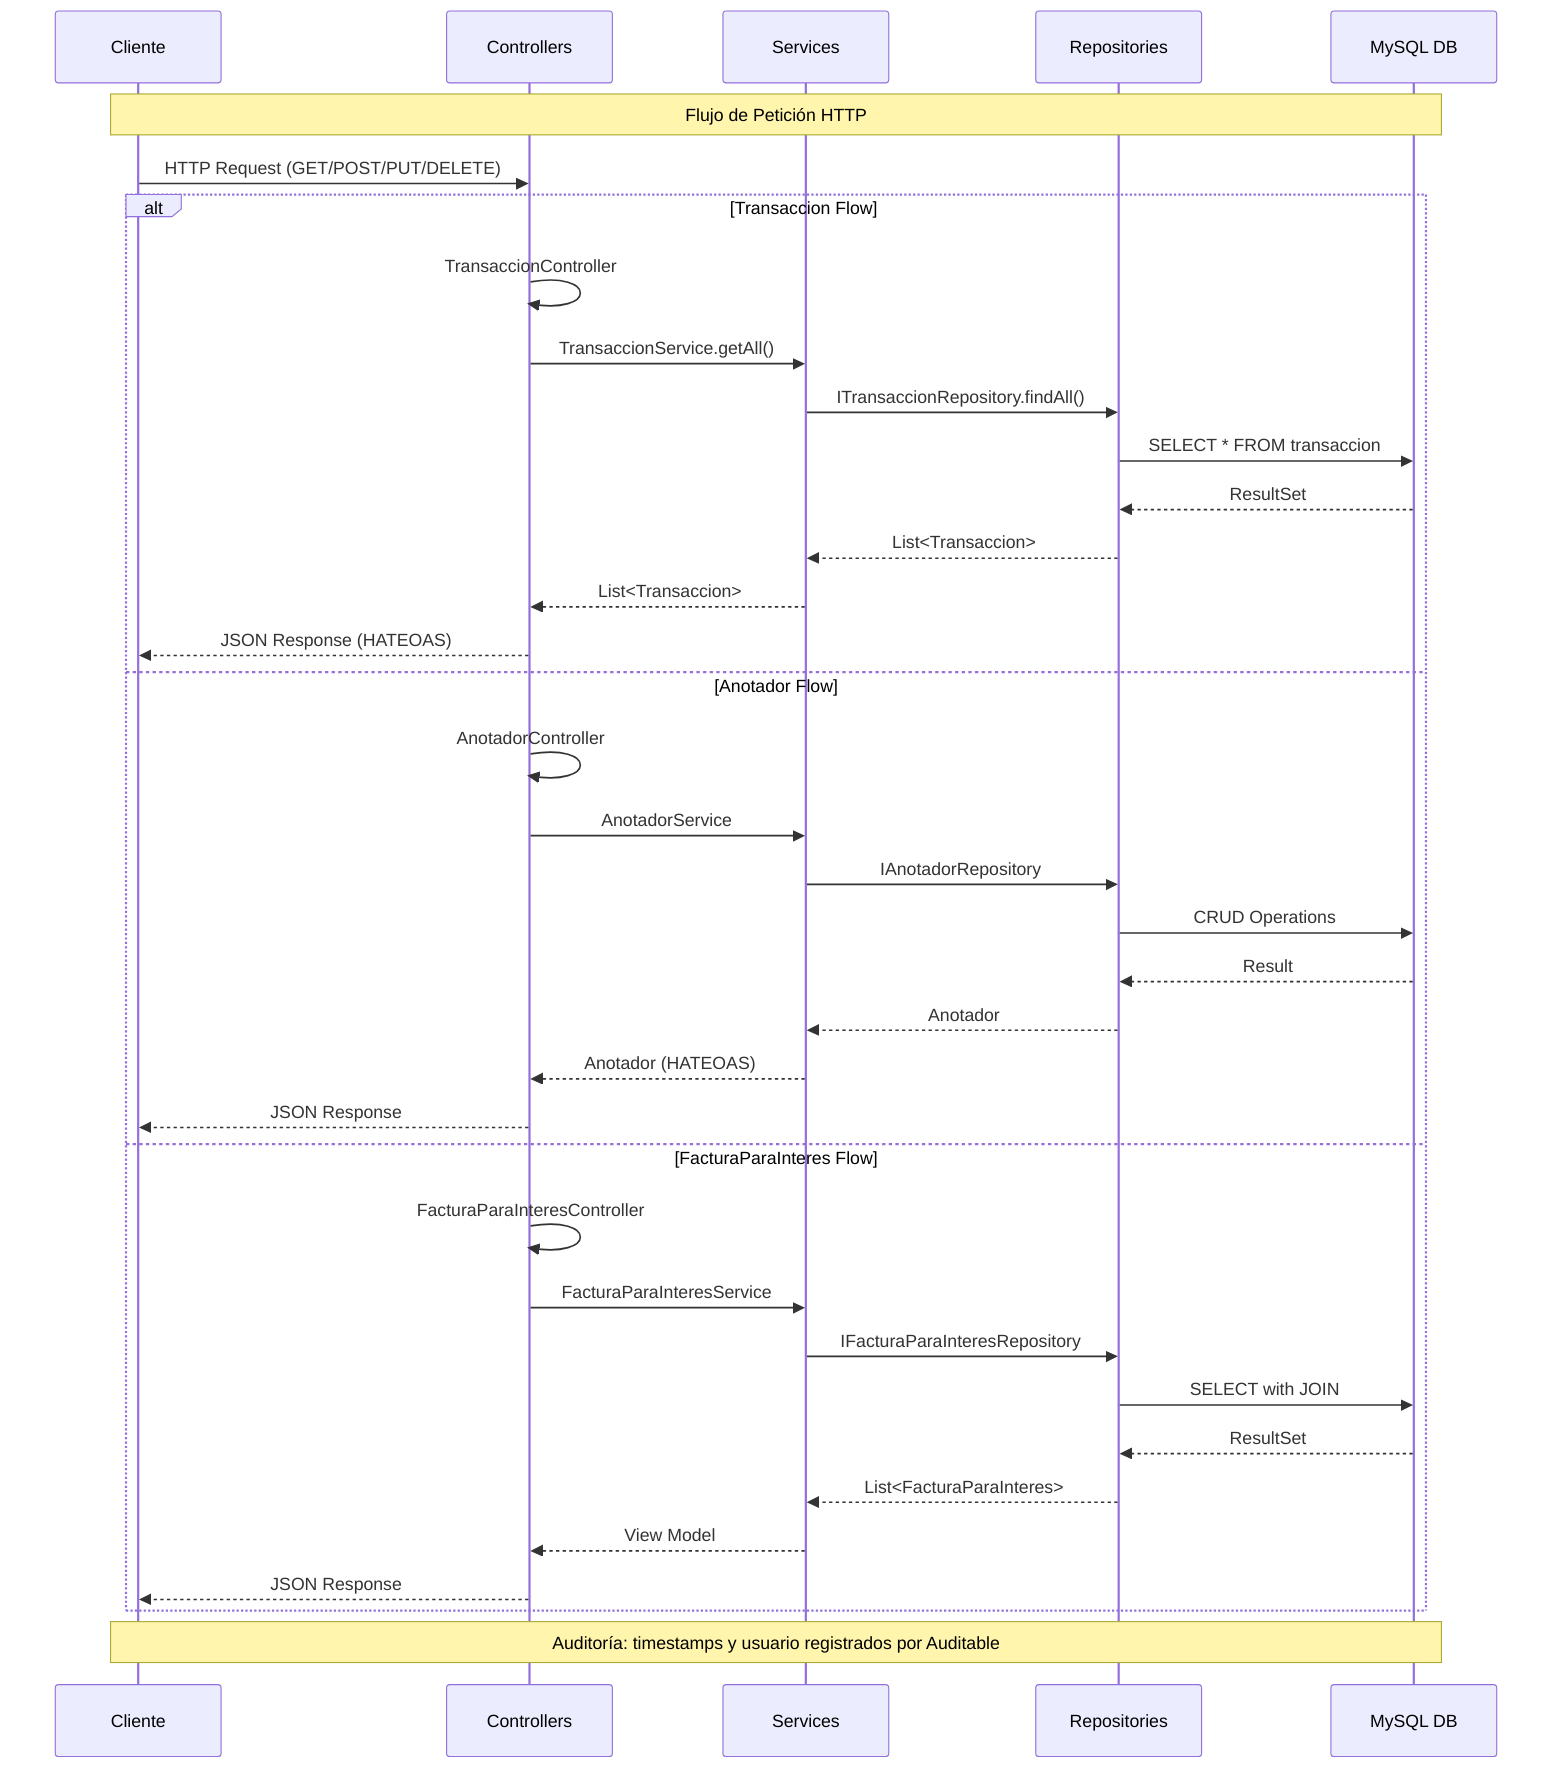
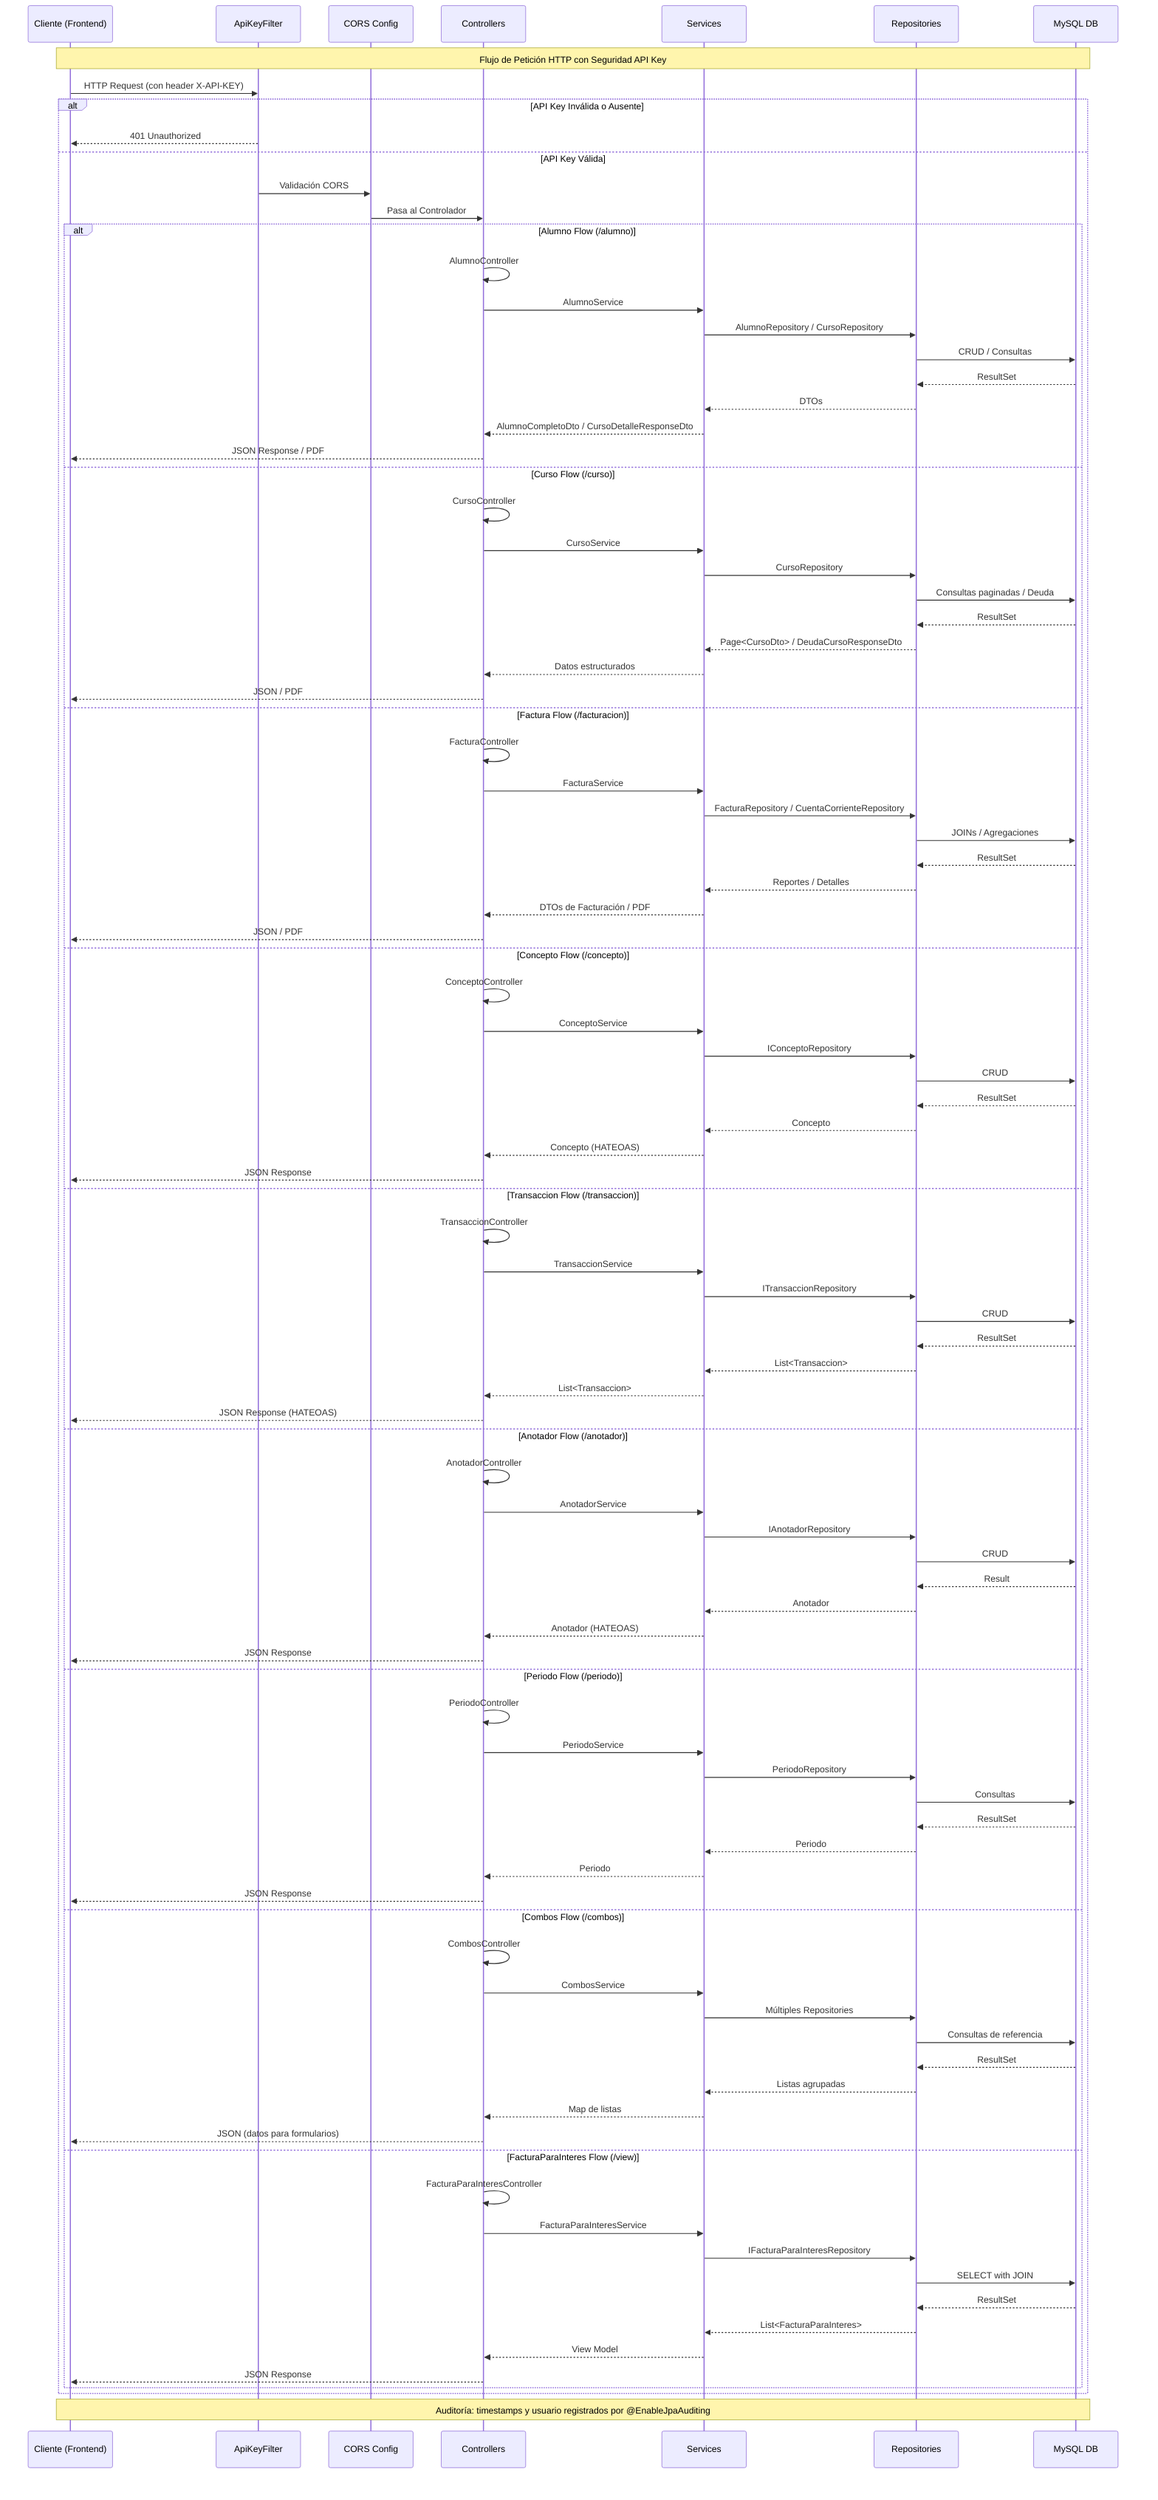
sequenceDiagram
-     participant Client as Cliente
+     participant Client as Cliente (Frontend)
+     participant ApiKey as ApiKeyFilter
+     participant CORS as CORS Config
    participant Controller as Controllers
    participant Service as Services
    participant Repository as Repositories
    participant DB as MySQL DB

-     Note over Client,DB: Flujo de Petición HTTP
+     Note over Client,DB: Flujo de Petición HTTP con Seguridad API Key

-     Client->>Controller: HTTP Request (GET/POST/PUT/DELETE)
+     Client->>ApiKey: HTTP Request (con header X-API-KEY)
+     alt API Key Inválida o Ausente
+         ApiKey-->>Client: 401 Unauthorized
+     else API Key Válida
+         ApiKey->>CORS: Validación CORS
+         CORS->>Controller: Pasa al Controlador

-     alt Transaccion Flow
-         Controller->>Controller: TransaccionController
-         Controller->>Service: TransaccionService.getAll()
-         Service->>Repository: ITransaccionRepository.findAll()
-         Repository->>DB: SELECT * FROM transaccion
-         DB-->>Repository: ResultSet
-         Repository-->>Service: List<Transaccion>
-         Service-->>Controller: List<Transaccion>
-         Controller-->>Client: JSON Response (HATEOAS)
+         alt Alumno Flow (/alumno)
+             Controller->>Controller: AlumnoController
+             Controller->>Service: AlumnoService
+             Service->>Repository: AlumnoRepository / CursoRepository
+             Repository->>DB: CRUD / Consultas
+             DB-->>Repository: ResultSet
+             Repository-->>Service: DTOs
+             Service-->>Controller: AlumnoCompletoDto / CursoDetalleResponseDto
+             Controller-->>Client: JSON Response / PDF

-     else Anotador Flow
-         Controller->>Controller: AnotadorController
-         Controller->>Service: AnotadorService
-         Service->>Repository: IAnotadorRepository
-         Repository->>DB: CRUD Operations
-         DB-->>Repository: Result
-         Repository-->>Service: Anotador
-         Service-->>Controller: Anotador (HATEOAS)
-         Controller-->>Client: JSON Response
+         else Curso Flow (/curso)
+             Controller->>Controller: CursoController
+             Controller->>Service: CursoService
+             Service->>Repository: CursoRepository
+             Repository->>DB: Consultas paginadas / Deuda
+             DB-->>Repository: ResultSet
+             Repository-->>Service: Page<CursoDto> / DeudaCursoResponseDto
+             Service-->>Controller: Datos estructurados
+             Controller-->>Client: JSON / PDF

-     else FacturaParaInteres Flow
-         Controller->>Controller: FacturaParaInteresController
-         Controller->>Service: FacturaParaInteresService
-         Service->>Repository: IFacturaParaInteresRepository
-         Repository->>DB: SELECT with JOIN
-         DB-->>Repository: ResultSet
-         Repository-->>Service: List<FacturaParaInteres>
-         Service-->>Controller: View Model
-         Controller-->>Client: JSON Response
+         else Factura Flow (/facturacion)
+             Controller->>Controller: FacturaController
+             Controller->>Service: FacturaService
+             Service->>Repository: FacturaRepository / CuentaCorrienteRepository
+             Repository->>DB: JOINs / Agregaciones
+             DB-->>Repository: ResultSet
+             Repository-->>Service: Reportes / Detalles
+             Service-->>Controller: DTOs de Facturación / PDF
+             Controller-->>Client: JSON / PDF
+ 
+         else Concepto Flow (/concepto)
+             Controller->>Controller: ConceptoController
+             Controller->>Service: ConceptoService
+             Service->>Repository: IConceptoRepository
+             Repository->>DB: CRUD
+             DB-->>Repository: ResultSet
+             Repository-->>Service: Concepto
+             Service-->>Controller: Concepto (HATEOAS)
+             Controller-->>Client: JSON Response
+ 
+         else Transaccion Flow (/transaccion)
+             Controller->>Controller: TransaccionController
+             Controller->>Service: TransaccionService
+             Service->>Repository: ITransaccionRepository
+             Repository->>DB: CRUD
+             DB-->>Repository: ResultSet
+             Repository-->>Service: List<Transaccion>
+             Service-->>Controller: List<Transaccion>
+             Controller-->>Client: JSON Response (HATEOAS)
+ 
+         else Anotador Flow (/anotador)
+             Controller->>Controller: AnotadorController
+             Controller->>Service: AnotadorService
+             Service->>Repository: IAnotadorRepository
+             Repository->>DB: CRUD
+             DB-->>Repository: Result
+             Repository-->>Service: Anotador
+             Service-->>Controller: Anotador (HATEOAS)
+             Controller-->>Client: JSON Response
+ 
+         else Periodo Flow (/periodo)
+             Controller->>Controller: PeriodoController
+             Controller->>Service: PeriodoService
+             Service->>Repository: PeriodoRepository
+             Repository->>DB: Consultas
+             DB-->>Repository: ResultSet
+             Repository-->>Service: Periodo
+             Service-->>Controller: Periodo
+             Controller-->>Client: JSON Response
+ 
+         else Combos Flow (/combos)
+             Controller->>Controller: CombosController
+             Controller->>Service: CombosService
+             Service->>Repository: Múltiples Repositories
+             Repository->>DB: Consultas de referencia
+             DB-->>Repository: ResultSet
+             Repository-->>Service: Listas agrupadas
+             Service-->>Controller: Map de listas
+             Controller-->>Client: JSON (datos para formularios)
+ 
+         else FacturaParaInteres Flow (/view)
+             Controller->>Controller: FacturaParaInteresController
+             Controller->>Service: FacturaParaInteresService
+             Service->>Repository: IFacturaParaInteresRepository
+             Repository->>DB: SELECT with JOIN
+             DB-->>Repository: ResultSet
+             Repository-->>Service: List<FacturaParaInteres>
+             Service-->>Controller: View Model
+             Controller-->>Client: JSON Response
+         end
    end

-     Note over Client,DB: Auditoría: timestamps y usuario registrados por Auditable+     Note over Client,DB: Auditoría: timestamps y usuario registrados por @EnableJpaAuditing
